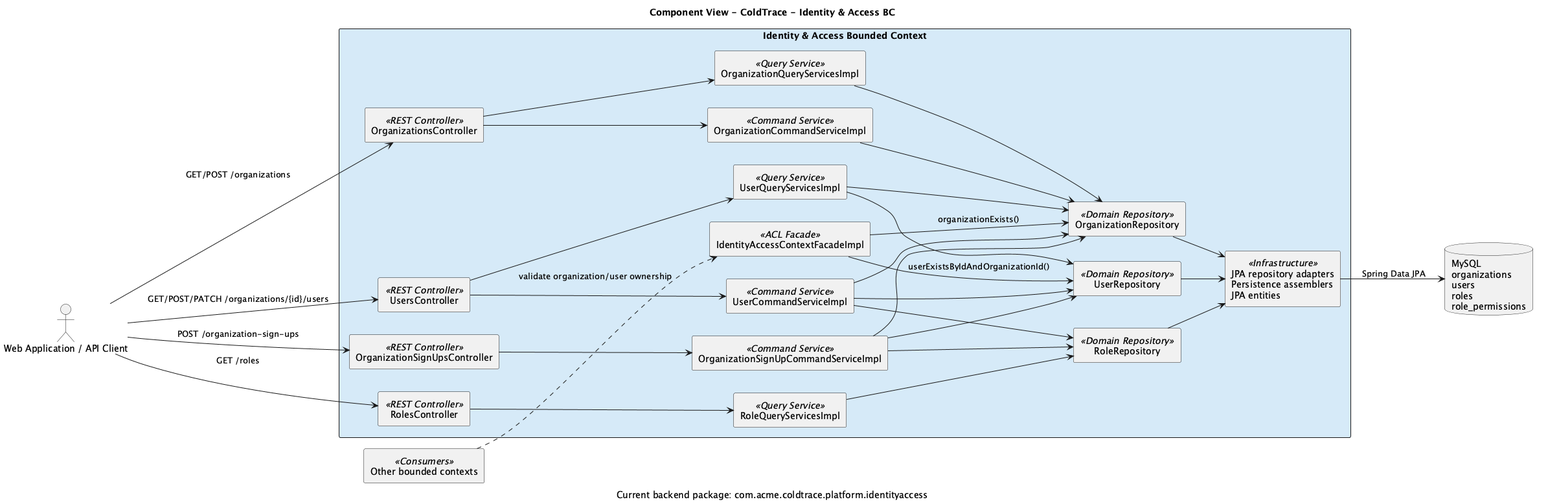
Above: report/assets/chapter-04/diagramcomponents/component-autenticacion.png in ICEQ2026/informe-del-proyecto (PlantUML), before the change.
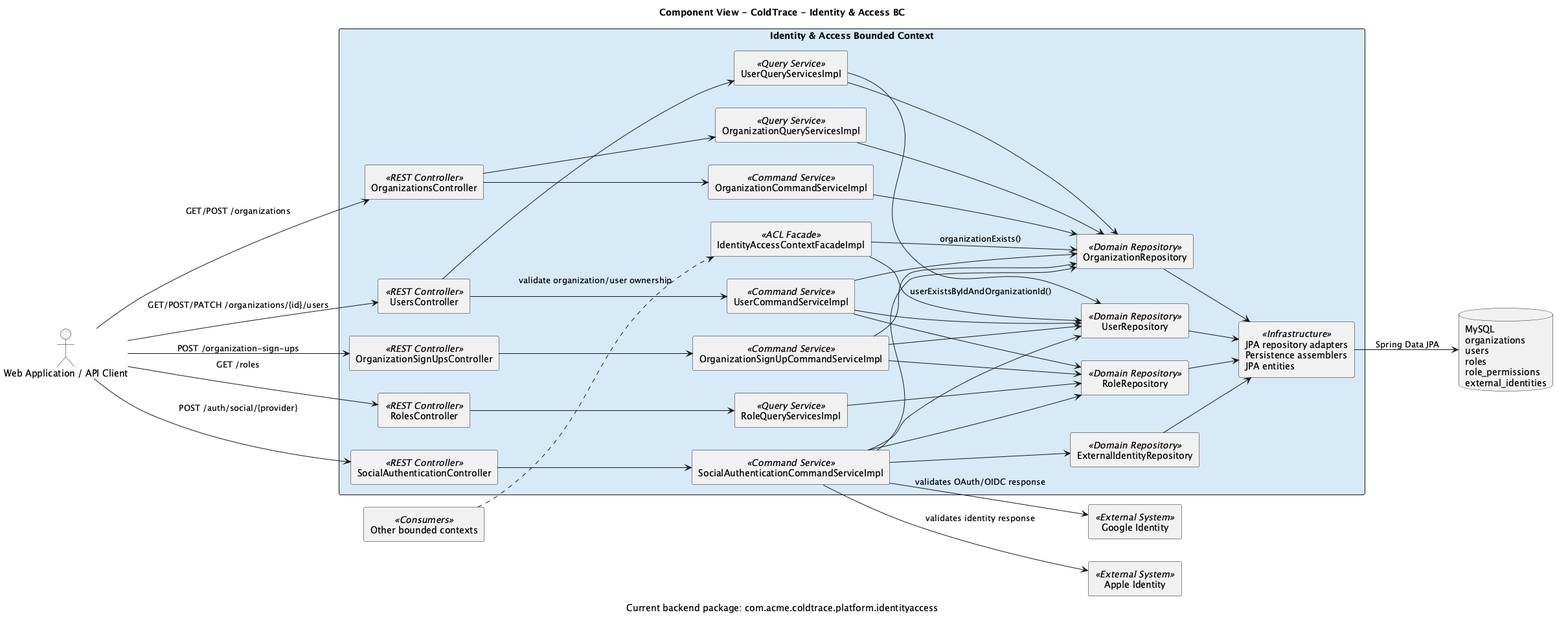
The same diagram one commit later.

Change to the diagram source:
```diff
@@ -9,16 +9,20 @@
 skinparam shadowing false
 
 actor "Web Application / API Client" as client
-database "MySQL\norganizations\nusers\nroles\nrole_permissions" as db
+component "Google Identity" as google_identity <<External System>>
+component "Apple Identity" as apple_identity <<External System>>
+database "MySQL\norganizations\nusers\nroles\nrole_permissions\nexternal_identities" as db
 
 package "Identity & Access Bounded Context" #D6EAF8 {
 
   [OrganizationSignUpsController] <<REST Controller>> as signup_ctrl
+  [SocialAuthenticationController] <<REST Controller>> as social_ctrl
   [OrganizationsController] <<REST Controller>> as org_ctrl
   [UsersController] <<REST Controller>> as users_ctrl
   [RolesController] <<REST Controller>> as roles_ctrl
 
   [OrganizationSignUpCommandServiceImpl] <<Command Service>> as signup_cmd
+  [SocialAuthenticationCommandServiceImpl] <<Command Service>> as social_cmd
   [OrganizationCommandServiceImpl] <<Command Service>> as org_cmd
   [UserCommandServiceImpl] <<Command Service>> as user_cmd
 
@@ -30,6 +34,7 @@
 
   [OrganizationRepository] <<Domain Repository>> as org_repo
   [UserRepository] <<Domain Repository>> as user_repo
+  [ExternalIdentityRepository] <<Domain Repository>> as external_identity_repo
   [RoleRepository] <<Domain Repository>> as role_repo
 
   [JPA repository adapters\nPersistence assemblers\nJPA entities] <<Infrastructure>> as persistence
@@ -38,11 +43,13 @@
 component "Other bounded contexts" as other_bcs <<Consumers>>
 
 client --> signup_ctrl : POST /organization-sign-ups
+client --> social_ctrl : POST /auth/social/{provider}
 client --> org_ctrl : GET/POST /organizations
 client --> users_ctrl : GET/POST/PATCH /organizations/{id}/users
 client --> roles_ctrl : GET /roles
 
 signup_ctrl --> signup_cmd
+social_ctrl --> social_cmd
 org_ctrl --> org_cmd
 org_ctrl --> org_query
 users_ctrl --> user_cmd
@@ -52,6 +59,12 @@
 signup_cmd --> org_repo
 signup_cmd --> user_repo
 signup_cmd --> role_repo
+social_cmd --> google_identity : validates OAuth/OIDC response
+social_cmd --> apple_identity : validates identity response
+social_cmd --> external_identity_repo
+social_cmd --> user_repo
+social_cmd --> org_repo
+social_cmd --> role_repo
 org_cmd --> org_repo
 org_query --> org_repo
 user_cmd --> user_repo
@@ -67,6 +80,7 @@
 
 org_repo --> persistence
 user_repo --> persistence
+external_identity_repo --> persistence
 role_repo --> persistence
 persistence --> db : Spring Data JPA
 
```
